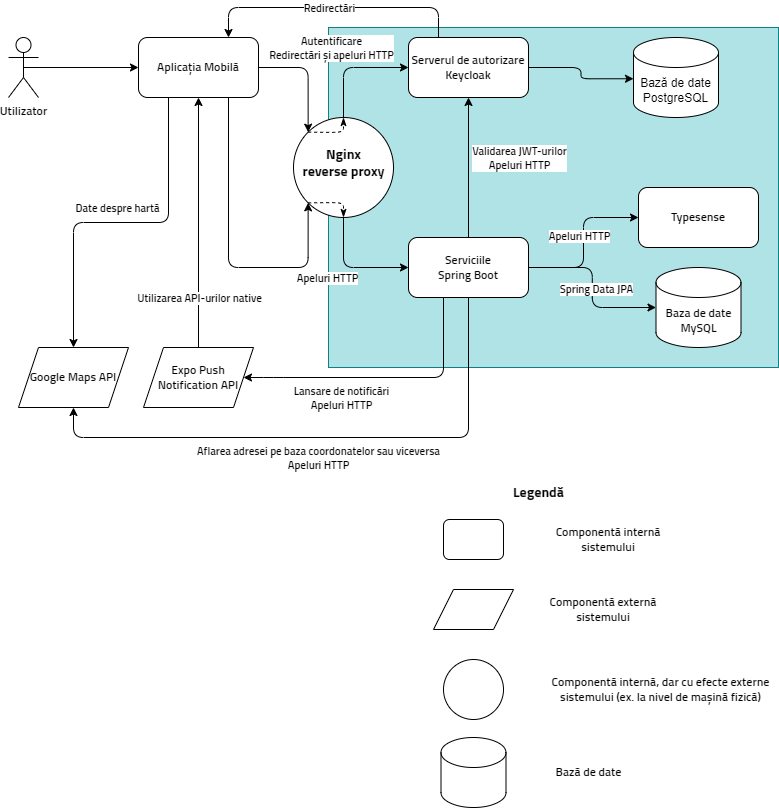
macovei-alex/PizzeriaQRoman keeps this draw.io diagram as doc/arhitectura-sistem.png. Above is the earlier version. Source tidied: cells renumbered, new cells last; positions are measured from the earlier drawing's top-left corner, leaving out a move shared by most shapes. The source it was exported from:
```xml
<mxGraphModel>
  <root>
    <mxCell id="0" />
    <mxCell id="1" parent="0" />
    <mxCell id="2" style="rounded=0;whiteSpace=wrap;html=1;fillColor=#b0e3e6;strokeColor=#0e8088;" parent="1" vertex="1">
      <mxGeometry x="320" y="20" width="450" height="340" as="geometry" />
    </mxCell>
    <mxCell id="3" style="edgeStyle=none;html=1;exitX=1;exitY=0.5;exitDx=0;exitDy=0;entryX=1;entryY=0.5;entryDx=0;entryDy=0;" parent="1" edge="1" source="11" target="11">
      <mxGeometry relative="1" as="geometry" />
    </mxCell>
    <mxCell id="4" style="edgeStyle=orthogonalEdgeStyle;html=1;exitX=1;exitY=0.5;exitDx=0;exitDy=0;entryX=0;entryY=0;entryDx=0;entryDy=0;startArrow=none;startFill=0;" parent="1" edge="1" source="18" target="36">
      <mxGeometry relative="1" as="geometry" />
    </mxCell>
    <mxCell id="5" value="&lt;font face=&quot;UT Sans&quot;&gt;Autentificare&lt;/font&gt;&lt;div&gt;&lt;font face=&quot;UT Sans&quot;&gt;Redirectări și apeluri HTTP&lt;/font&gt;&lt;/div&gt;" style="edgeLabel;html=1;align=center;verticalAlign=middle;" parent="4" vertex="1">
      <mxGeometry x="-0.25" y="-1" relative="1" as="geometry">
        <mxPoint x="29" y="-21" as="offset" />
      </mxGeometry>
    </mxCell>
    <mxCell id="6" style="edgeStyle=orthogonalEdgeStyle;html=1;exitX=0.5;exitY=1;exitDx=0;exitDy=0;entryX=0.5;entryY=0;entryDx=0;entryDy=0;startArrow=classic;startFill=1;endArrow=none;endFill=0;" parent="1" edge="1" source="11" target="29">
      <mxGeometry relative="1" as="geometry" />
    </mxCell>
    <mxCell id="7" value="&lt;font face=&quot;UT Sans&quot;&gt;Validarea JWT-urilor&lt;/font&gt;&lt;div&gt;&lt;font face=&quot;UT Sans&quot;&gt;Apeluri HTTP&lt;/font&gt;&lt;/div&gt;" style="edgeLabel;html=1;align=center;verticalAlign=middle;" parent="6" vertex="1">
      <mxGeometry x="-0.21" y="1" relative="1" as="geometry">
        <mxPoint x="49" y="5" as="offset" />
      </mxGeometry>
    </mxCell>
    <mxCell id="8" style="edgeStyle=orthogonalEdgeStyle;html=1;exitX=1;exitY=0.5;exitDx=0;exitDy=0;entryX=0;entryY=0;entryDx=0;entryDy=41.25;startArrow=none;startFill=0;entryPerimeter=0;" parent="1" edge="1" source="11" target="50">
      <mxGeometry relative="1" as="geometry" />
    </mxCell>
    <mxCell id="9" style="edgeStyle=none;html=1;exitX=0.25;exitY=0;exitDx=0;exitDy=0;entryX=0.75;entryY=0;entryDx=0;entryDy=0;" parent="1" edge="1" source="11" target="18">
      <mxGeometry relative="1" as="geometry">
        <Array as="points">
          <mxPoint x="430" />
          <mxPoint x="220" />
        </Array>
      </mxGeometry>
    </mxCell>
    <mxCell id="10" value="&lt;font face=&quot;UT Sans&quot;&gt;Redirectări&lt;/font&gt;" style="edgeLabel;html=1;align=center;verticalAlign=middle;" parent="9" vertex="1">
      <mxGeometry x="-0.13" y="-3" relative="1" as="geometry">
        <mxPoint x="-22" y="3" as="offset" />
      </mxGeometry>
    </mxCell>
    <mxCell id="11" value="&lt;font face=&quot;UT Sans&quot;&gt;Serverul de autorizare Keycloak&lt;/font&gt;" style="rounded=1;whiteSpace=wrap;html=1;" parent="1" vertex="1">
      <mxGeometry x="400" y="30" width="120" height="60" as="geometry" />
    </mxCell>
    <mxCell id="12" style="edgeStyle=none;html=1;exitX=0.5;exitY=0.5;exitDx=0;exitDy=0;exitPerimeter=0;entryX=0;entryY=0.5;entryDx=0;entryDy=0;" parent="1" edge="1" source="13" target="18">
      <mxGeometry relative="1" as="geometry" />
    </mxCell>
    <mxCell id="13" value="&lt;font face=&quot;UT Sans&quot;&gt;Utilizator&lt;/font&gt;" style="shape=umlActor;verticalLabelPosition=bottom;verticalAlign=top;html=1;outlineConnect=0;noLabel=0;" parent="1" vertex="1">
      <mxGeometry y="30" width="30" height="60" as="geometry" />
    </mxCell>
    <mxCell id="14" style="edgeStyle=orthogonalEdgeStyle;html=1;exitX=0.75;exitY=1;exitDx=0;exitDy=0;startArrow=none;startFill=0;endArrow=classic;endFill=1;entryX=0;entryY=1;entryDx=0;entryDy=0;" parent="1" edge="1" source="18" target="36">
      <mxGeometry relative="1" as="geometry">
        <Array as="points">
          <mxPoint x="220" y="260" />
          <mxPoint x="300" y="260" />
        </Array>
      </mxGeometry>
    </mxCell>
    <mxCell id="15" value="&lt;font face=&quot;UT Sans&quot;&gt;Apeluri HTTP&lt;/font&gt;" style="edgeLabel;html=1;align=center;verticalAlign=middle;" parent="14" vertex="1">
      <mxGeometry x="0.28" y="3" relative="1" as="geometry">
        <mxPoint x="67" y="13" as="offset" />
      </mxGeometry>
    </mxCell>
    <mxCell id="16" style="edgeStyle=orthogonalEdgeStyle;html=1;exitX=0.25;exitY=1;exitDx=0;exitDy=0;" parent="1" edge="1" source="18" target="19">
      <mxGeometry relative="1" as="geometry" />
    </mxCell>
    <mxCell id="17" value="&lt;font face=&quot;UT Sans&quot;&gt;Date despre hartă&lt;/font&gt;" style="edgeLabel;html=1;align=center;verticalAlign=middle;" parent="16" vertex="1">
      <mxGeometry x="-0.03" relative="1" as="geometry">
        <mxPoint x="-10" y="-15" as="offset" />
      </mxGeometry>
    </mxCell>
    <mxCell id="18" value="&lt;font face=&quot;UT Sans&quot;&gt;Aplicația&amp;nbsp;&lt;span style=&quot;background-color: transparent;&quot;&gt;Mobilă&lt;/span&gt;&lt;/font&gt;" style="rounded=1;whiteSpace=wrap;html=1;" parent="1" vertex="1">
      <mxGeometry x="130" y="30" width="120" height="60" as="geometry" />
    </mxCell>
    <mxCell id="19" value="&lt;font face=&quot;UT Sans&quot;&gt;Google Maps API&lt;/font&gt;" style="shape=parallelogram;perimeter=parallelogramPerimeter;whiteSpace=wrap;html=1;fixedSize=1;" parent="1" vertex="1">
      <mxGeometry x="10" y="340" width="110" height="60" as="geometry" />
    </mxCell>
    <mxCell id="20" style="edgeStyle=none;html=1;exitX=1;exitY=0.5;exitDx=0;exitDy=0;entryX=1;entryY=0.5;entryDx=0;entryDy=0;" parent="1" edge="1" source="29" target="29">
      <mxGeometry relative="1" as="geometry" />
    </mxCell>
    <mxCell id="21" style="edgeStyle=orthogonalEdgeStyle;html=1;exitX=1;exitY=0.5;exitDx=0;exitDy=0;entryX=0;entryY=0.5;entryDx=0;entryDy=0;startArrow=none;startFill=0;entryPerimeter=0;" parent="1" edge="1" source="29" target="47">
      <mxGeometry relative="1" as="geometry" />
    </mxCell>
    <mxCell id="22" value="&lt;font face=&quot;UT Sans&quot;&gt;Spring Data JPA&lt;/font&gt;" style="edgeLabel;html=1;align=center;verticalAlign=middle;" parent="21" vertex="1">
      <mxGeometry x="0.26" y="3" relative="1" as="geometry">
        <mxPoint x="2" y="-16" as="offset" />
      </mxGeometry>
    </mxCell>
    <mxCell id="23" style="edgeStyle=orthogonalEdgeStyle;html=1;exitX=1;exitY=0.5;exitDx=0;exitDy=0;entryX=0;entryY=0.5;entryDx=0;entryDy=0;" parent="1" edge="1" source="29" target="30">
      <mxGeometry relative="1" as="geometry">
        <Array as="points">
          <mxPoint x="575" y="260" />
          <mxPoint x="575" y="210" />
        </Array>
      </mxGeometry>
    </mxCell>
    <mxCell id="24" value="&lt;font face=&quot;UT Sans&quot;&gt;Apeluri HTTP&lt;/font&gt;" style="edgeLabel;html=1;align=center;verticalAlign=middle;" parent="23" vertex="1">
      <mxGeometry x="0.22" relative="1" as="geometry">
        <mxPoint x="-5" y="11" as="offset" />
      </mxGeometry>
    </mxCell>
    <mxCell id="25" style="edgeStyle=orthogonalEdgeStyle;html=1;exitX=0.25;exitY=1;exitDx=0;exitDy=0;entryX=1;entryY=0.5;entryDx=0;entryDy=0;" parent="1" edge="1" target="33">
      <mxGeometry relative="1" as="geometry">
        <mxPoint x="435" y="290" as="sourcePoint" />
        <Array as="points">
          <mxPoint x="435" y="370" />
          <mxPoint x="265" y="370" />
        </Array>
      </mxGeometry>
    </mxCell>
    <mxCell id="26" value="&lt;font face=&quot;UT Sans&quot;&gt;Lansare de notificări&lt;/font&gt;&lt;div&gt;&lt;font face=&quot;UT Sans&quot;&gt;Apeluri HTTP&lt;/font&gt;&lt;/div&gt;" style="edgeLabel;html=1;align=center;verticalAlign=middle;" parent="25" vertex="1">
      <mxGeometry x="0.2" y="1" relative="1" as="geometry">
        <mxPoint x="-15" y="19" as="offset" />
      </mxGeometry>
    </mxCell>
    <mxCell id="27" style="edgeStyle=orthogonalEdgeStyle;html=1;exitX=0.5;exitY=1;exitDx=0;exitDy=0;" parent="1" edge="1" source="29" target="19">
      <mxGeometry relative="1" as="geometry">
        <Array as="points">
          <mxPoint x="460" y="430" />
        </Array>
      </mxGeometry>
    </mxCell>
    <mxCell id="28" value="&lt;div&gt;&lt;font face=&quot;UT Sans&quot;&gt;Aflarea adresei pe baza coordonatelor sau viceversa&lt;/font&gt;&lt;/div&gt;&lt;font face=&quot;UT Sans&quot;&gt;Apeluri HTTP&lt;/font&gt;" style="edgeLabel;html=1;align=center;verticalAlign=middle;labelBackgroundColor=default;" parent="27" vertex="1">
      <mxGeometry x="0.16" y="-4" relative="1" as="geometry">
        <mxPoint x="38" y="24" as="offset" />
      </mxGeometry>
    </mxCell>
    <mxCell id="29" value="&lt;font face=&quot;UT Sans&quot;&gt;Serviciile&lt;/font&gt;&lt;div&gt;&lt;font face=&quot;UT Sans&quot;&gt;Spring Boot&lt;/font&gt;&lt;/div&gt;" style="rounded=1;whiteSpace=wrap;html=1;" parent="1" vertex="1">
      <mxGeometry x="400" y="230" width="120" height="60" as="geometry" />
    </mxCell>
    <mxCell id="30" value="&lt;font face=&quot;UT Sans&quot;&gt;Typesense&lt;/font&gt;" style="rounded=1;whiteSpace=wrap;html=1;" parent="1" vertex="1">
      <mxGeometry x="630" y="180" width="120" height="60" as="geometry" />
    </mxCell>
    <mxCell id="31" style="edgeStyle=orthogonalEdgeStyle;html=1;exitX=0.5;exitY=0;exitDx=0;exitDy=0;entryX=0.5;entryY=1;entryDx=0;entryDy=0;fontFamily=Helvetica;" parent="1" edge="1" source="33" target="18">
      <mxGeometry relative="1" as="geometry" />
    </mxCell>
    <mxCell id="32" value="&lt;font face=&quot;UT Sans&quot;&gt;Utilizarea API-urilor native&lt;/font&gt;" style="edgeLabel;html=1;align=center;verticalAlign=middle;" parent="31" vertex="1">
      <mxGeometry x="-0.7" y="3" relative="1" as="geometry">
        <mxPoint x="3" y="-12" as="offset" />
      </mxGeometry>
    </mxCell>
    <mxCell id="33" value="&lt;font face=&quot;UT Sans&quot;&gt;Expo Push Notification API&lt;/font&gt;" style="shape=parallelogram;perimeter=parallelogramPerimeter;whiteSpace=wrap;html=1;fixedSize=1;" parent="1" vertex="1">
      <mxGeometry x="135" y="340" width="110" height="60" as="geometry" />
    </mxCell>
    <mxCell id="34" style="edgeStyle=orthogonalEdgeStyle;html=1;entryX=0;entryY=0.5;entryDx=0;entryDy=0;exitX=0.5;exitY=0;exitDx=0;exitDy=0;" parent="1" edge="1" source="36" target="11">
      <mxGeometry relative="1" as="geometry" />
    </mxCell>
    <mxCell id="35" style="edgeStyle=orthogonalEdgeStyle;html=1;exitX=0.5;exitY=1;exitDx=0;exitDy=0;entryX=0;entryY=0.5;entryDx=0;entryDy=0;" parent="1" edge="1" source="36" target="29">
      <mxGeometry relative="1" as="geometry" />
    </mxCell>
    <mxCell id="36" style="ellipse;whiteSpace=wrap;html=1;" parent="1" vertex="1">
      <mxGeometry x="285" y="110" width="100" height="100" as="geometry" />
    </mxCell>
    <mxCell id="37" value="&lt;b&gt;&lt;font face=&quot;UT Sans&quot; style=&quot;font-size: 14px;&quot;&gt;Nginx&lt;/font&gt;&lt;/b&gt;&lt;div&gt;&lt;b&gt;&lt;font face=&quot;UT Sans&quot; style=&quot;font-size: 14px;&quot;&gt;reverse proxy&lt;/font&gt;&lt;/b&gt;&lt;/div&gt;" style="text;html=1;align=center;verticalAlign=middle;strokeColor=none;fillColor=none;" parent="1" vertex="1">
      <mxGeometry x="280" y="130" width="110" height="50" as="geometry" />
    </mxCell>
    <mxCell id="38" style="edgeStyle=orthogonalEdgeStyle;html=1;exitX=0;exitY=0;exitDx=0;exitDy=0;entryX=0.5;entryY=0;entryDx=0;entryDy=0;dashed=1;endArrow=classicThin;endFill=1;" parent="1" edge="1" source="36" target="36">
      <mxGeometry relative="1" as="geometry">
        <Array as="points">
          <mxPoint x="335" y="125" />
        </Array>
      </mxGeometry>
    </mxCell>
    <mxCell id="39" style="edgeStyle=orthogonalEdgeStyle;html=1;exitX=0;exitY=1;exitDx=0;exitDy=0;entryX=0.5;entryY=1;entryDx=0;entryDy=0;dashed=1;endArrow=classicThin;endFill=1;" parent="1" edge="1" source="36" target="36">
      <mxGeometry relative="1" as="geometry">
        <Array as="points">
          <mxPoint x="335" y="195" />
        </Array>
      </mxGeometry>
    </mxCell>
    <mxCell id="40" style="rounded=1;whiteSpace=wrap;html=1;" parent="1" vertex="1">
      <mxGeometry x="435" y="512" width="60" height="40" as="geometry" />
    </mxCell>
    <mxCell id="41" value="&lt;font face=&quot;UT Sans&quot;&gt;&lt;span style=&quot;font-size: 14px;&quot;&gt;&lt;b&gt;Legendă&lt;/b&gt;&lt;/span&gt;&lt;/font&gt;" style="text;html=1;align=center;verticalAlign=middle;strokeColor=none;fillColor=none;" parent="1" vertex="1">
      <mxGeometry x="495" y="470" width="70" height="30" as="geometry" />
    </mxCell>
    <mxCell id="42" value="&lt;font face=&quot;UT Sans&quot;&gt;Componentă internă sistemului&lt;/font&gt;" style="text;html=1;align=center;verticalAlign=middle;whiteSpace=wrap;rounded=0;" parent="1" vertex="1">
      <mxGeometry x="535" y="517" width="130" height="30" as="geometry" />
    </mxCell>
    <mxCell id="43" style="ellipse;whiteSpace=wrap;html=1;" parent="1" vertex="1">
      <mxGeometry x="435" y="652" width="60" height="60" as="geometry" />
    </mxCell>
    <mxCell id="44" style="shape=parallelogram;perimeter=parallelogramPerimeter;whiteSpace=wrap;html=1;fixedSize=1;" parent="1" vertex="1">
      <mxGeometry x="425" y="582" width="80" height="40" as="geometry" />
    </mxCell>
    <mxCell id="45" value="&lt;font face=&quot;UT Sans&quot;&gt;Componentă externă sistemului&lt;/font&gt;" style="text;html=1;align=center;verticalAlign=middle;whiteSpace=wrap;rounded=0;" parent="1" vertex="1">
      <mxGeometry x="535" y="587" width="120" height="30" as="geometry" />
    </mxCell>
    <mxCell id="46" value="&lt;font face=&quot;UT Sans&quot;&gt;Componentă internă, dar cu efecte externe sistemului (ex. la nivel de mașină fizică)&lt;/font&gt;" style="text;html=1;align=center;verticalAlign=middle;whiteSpace=wrap;rounded=0;" parent="1" vertex="1">
      <mxGeometry x="535" y="667" width="235" height="30" as="geometry" />
    </mxCell>
    <mxCell id="47" value="&lt;font face=&quot;UT Sans&quot;&gt;Baza de date MySQL&lt;/font&gt;" style="shape=cylinder3;whiteSpace=wrap;html=1;boundedLbl=1;backgroundOutline=1;size=15;" parent="1" vertex="1">
      <mxGeometry x="647.5" y="260" width="85" height="80" as="geometry" />
    </mxCell>
    <mxCell id="48" style="shape=cylinder3;whiteSpace=wrap;html=1;boundedLbl=1;backgroundOutline=1;size=15;" parent="1" vertex="1">
      <mxGeometry x="432.5" y="730" width="65" height="70" as="geometry" />
    </mxCell>
    <mxCell id="49" value="&lt;font face=&quot;UT Sans&quot;&gt;Bază de date&lt;/font&gt;" style="text;html=1;align=center;verticalAlign=middle;strokeColor=none;fillColor=none;" parent="1" vertex="1">
      <mxGeometry x="535" y="750" width="90" height="30" as="geometry" />
    </mxCell>
    <mxCell id="50" value="Bază de date PostgreSQL" style="shape=cylinder3;whiteSpace=wrap;html=1;boundedLbl=1;backgroundOutline=1;size=15;" parent="1" vertex="1">
      <mxGeometry x="625" y="30" width="85" height="80" as="geometry" />
    </mxCell>
  </root>
</mxGraphModel>
```
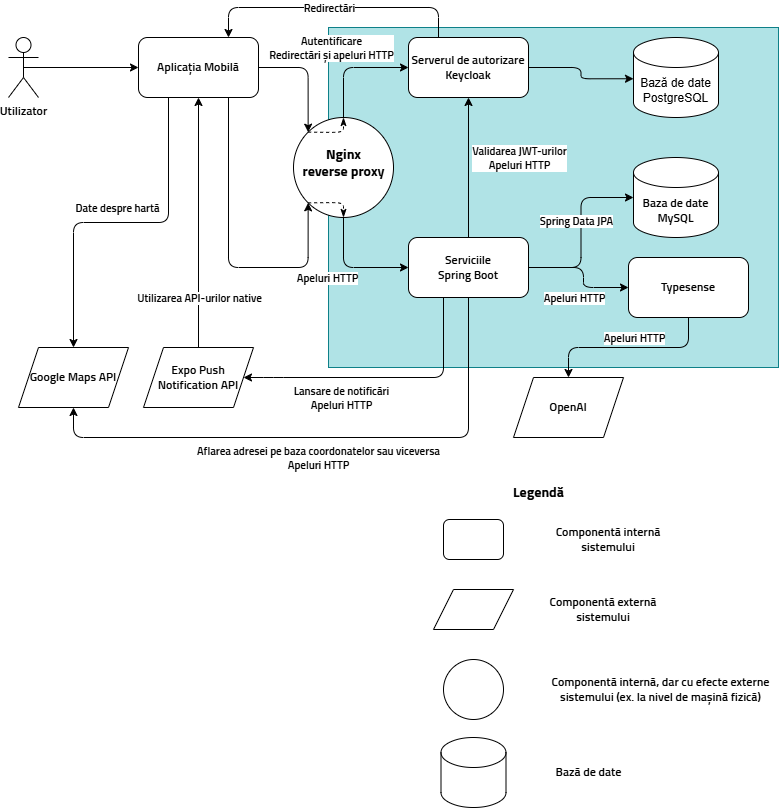
The same diagram one commit later.

Commit message:
updated architecture diagram

Change to the diagram source:
```diff
@@ -84,20 +84,19 @@
     </mxCell>
     <mxCell id="22" value="&lt;font face=&quot;UT Sans&quot;&gt;Spring Data JPA&lt;/font&gt;" style="edgeLabel;html=1;align=center;verticalAlign=middle;" parent="21" vertex="1">
       <mxGeometry x="0.26" y="3" relative="1" as="geometry">
-        <mxPoint x="2" y="-16" as="offset" />
+        <mxPoint x="-2" y="11" as="offset" />
       </mxGeometry>
     </mxCell>
     <mxCell id="23" style="edgeStyle=orthogonalEdgeStyle;html=1;exitX=1;exitY=0.5;exitDx=0;exitDy=0;entryX=0;entryY=0.5;entryDx=0;entryDy=0;" parent="1" edge="1" source="29" target="30">
       <mxGeometry relative="1" as="geometry">
         <Array as="points">
           <mxPoint x="575" y="260" />
-          <mxPoint x="575" y="210" />
         </Array>
       </mxGeometry>
     </mxCell>
     <mxCell id="24" value="&lt;font face=&quot;UT Sans&quot;&gt;Apeluri HTTP&lt;/font&gt;" style="edgeLabel;html=1;align=center;verticalAlign=middle;" parent="23" vertex="1">
       <mxGeometry x="0.22" relative="1" as="geometry">
-        <mxPoint x="-5" y="11" as="offset" />
+        <mxPoint x="-10" y="12" as="offset" />
       </mxGeometry>
     </mxCell>
     <mxCell id="25" style="edgeStyle=orthogonalEdgeStyle;html=1;exitX=0.25;exitY=1;exitDx=0;exitDy=0;entryX=1;entryY=0.5;entryDx=0;entryDy=0;" parent="1" edge="1" target="33">
@@ -129,8 +128,16 @@
     <mxCell id="29" value="&lt;font face=&quot;UT Sans&quot;&gt;Serviciile&lt;/font&gt;&lt;div&gt;&lt;font face=&quot;UT Sans&quot;&gt;Spring Boot&lt;/font&gt;&lt;/div&gt;" style="rounded=1;whiteSpace=wrap;html=1;" parent="1" vertex="1">
       <mxGeometry x="400" y="230" width="120" height="60" as="geometry" />
     </mxCell>
+    <mxCell id="51" style="edgeStyle=orthogonalEdgeStyle;html=1;exitX=0.5;exitY=1;exitDx=0;exitDy=0;" parent="1" edge="1" source="30" target="53">
+      <mxGeometry relative="1" as="geometry" />
+    </mxCell>
+    <mxCell id="52" value="&lt;font face=&quot;UT Sans&quot;&gt;Apeluri HTTP&lt;/font&gt;" style="edgeLabel;html=1;align=center;verticalAlign=middle;" parent="51" vertex="1">
+      <mxGeometry x="-0.04" relative="1" as="geometry">
+        <mxPoint x="1" y="-10" as="offset" />
+      </mxGeometry>
+    </mxCell>
     <mxCell id="30" value="&lt;font face=&quot;UT Sans&quot;&gt;Typesense&lt;/font&gt;" style="rounded=1;whiteSpace=wrap;html=1;" parent="1" vertex="1">
-      <mxGeometry x="630" y="180" width="120" height="60" as="geometry" />
+      <mxGeometry x="620" y="250" width="120" height="60" as="geometry" />
     </mxCell>
     <mxCell id="31" style="edgeStyle=orthogonalEdgeStyle;html=1;exitX=0.5;exitY=0;exitDx=0;exitDy=0;entryX=0.5;entryY=1;entryDx=0;entryDy=0;fontFamily=Helvetica;" parent="1" edge="1" source="33" target="18">
       <mxGeometry relative="1" as="geometry" />
@@ -191,7 +198,7 @@
       <mxGeometry x="535" y="667" width="235" height="30" as="geometry" />
     </mxCell>
     <mxCell id="47" value="&lt;font face=&quot;UT Sans&quot;&gt;Baza de date MySQL&lt;/font&gt;" style="shape=cylinder3;whiteSpace=wrap;html=1;boundedLbl=1;backgroundOutline=1;size=15;" parent="1" vertex="1">
-      <mxGeometry x="647.5" y="260" width="85" height="80" as="geometry" />
+      <mxGeometry x="625" y="150" width="85" height="80" as="geometry" />
     </mxCell>
     <mxCell id="48" style="shape=cylinder3;whiteSpace=wrap;html=1;boundedLbl=1;backgroundOutline=1;size=15;" parent="1" vertex="1">
       <mxGeometry x="432.5" y="730" width="65" height="70" as="geometry" />
@@ -202,5 +209,8 @@
     <mxCell id="50" value="Bază de date PostgreSQL" style="shape=cylinder3;whiteSpace=wrap;html=1;boundedLbl=1;backgroundOutline=1;size=15;" parent="1" vertex="1">
       <mxGeometry x="625" y="30" width="85" height="80" as="geometry" />
     </mxCell>
+    <mxCell id="53" value="&lt;font face=&quot;UT Sans&quot;&gt;OpenAI&lt;/font&gt;" style="shape=parallelogram;perimeter=parallelogramPerimeter;whiteSpace=wrap;html=1;fixedSize=1;" parent="1" vertex="1">
+      <mxGeometry x="505" y="370" width="110" height="60" as="geometry" />
+    </mxCell>
   </root>
 </mxGraphModel>
```
